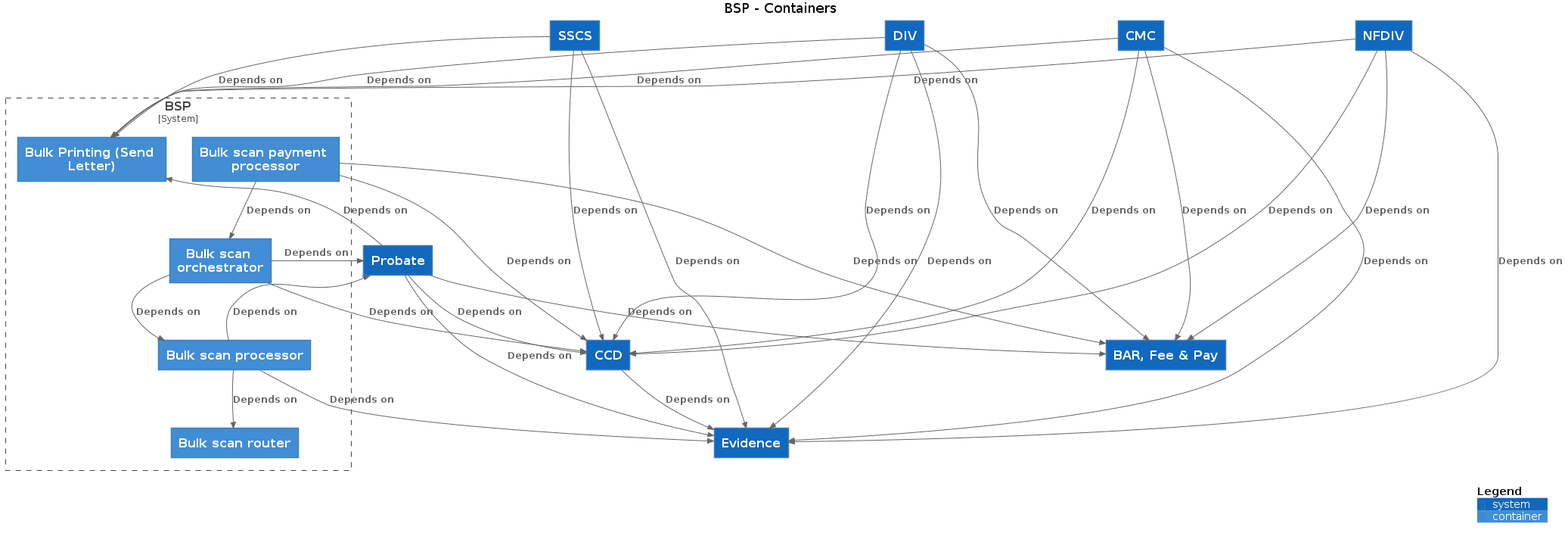
Above: docs/c4/bsp/images/structurizr-bsp-overview.png in hmcts/cnp-api-docs (PlantUML), before the change. Source of this version:
```plantuml
@startuml
title BSP - Containers

top to bottom direction

!includeurl https://raw.githubusercontent.com/plantuml-stdlib/C4-PlantUML/master/C4.puml
!includeurl https://raw.githubusercontent.com/plantuml-stdlib/C4-PlantUML/master/C4_Context.puml
!includeurl https://raw.githubusercontent.com/plantuml-stdlib/C4-PlantUML/master/C4_Container.puml

System(SSCS, "SSCS", "")
System(DIV, "DIV", "")
System(CCD, "CCD", "")
System(NFDIV, "NFDIV", "")
System(BARFeePay, "BAR, Fee & Pay", "")
System(Probate, "Probate", "")
System(CMC, "CMC", "")
System(Evidence, "Evidence", "")

System_Boundary("BSP_boundary", "BSP") {
  Container(BSP.Bulkscanrouter, "Bulk scan router", "")
  Container(BSP.Bulkscanprocessor, "Bulk scan processor", "")
  Container(BSP.Bulkscanorchestrator, "Bulk scan orchestrator", "")
  Container(BSP.Bulkscanpaymentprocessor, "Bulk scan payment processor", "")
  Container(BSP.BulkPrintingSendLetter, "Bulk Printing (Send Letter)", "")
}

Rel_D(CCD, Evidence, "Depends on")
Rel_D(BSP.Bulkscanprocessor, BSP.Bulkscanrouter, "Depends on")
Rel_D(BSP.Bulkscanprocessor, Evidence, "Depends on")
Rel_D(BSP.Bulkscanprocessor, Probate, "Depends on")
Rel_D(BSP.Bulkscanorchestrator, BSP.Bulkscanprocessor, "Depends on")
Rel_D(BSP.Bulkscanorchestrator, CCD, "Depends on")
Rel_D(BSP.Bulkscanorchestrator, Probate, "Depends on")
Rel_D(BSP.Bulkscanpaymentprocessor, BSP.Bulkscanorchestrator, "Depends on")
Rel_D(BSP.Bulkscanpaymentprocessor, CCD, "Depends on")
Rel_D(BSP.Bulkscanpaymentprocessor, BARFeePay, "Depends on")
Rel_D(CMC, BARFeePay, "Depends on")
Rel_D(CMC, CCD, "Depends on")
Rel_D(CMC, Evidence, "Depends on")
Rel_D(CMC, BSP.BulkPrintingSendLetter, "Depends on")
Rel_D(DIV, Evidence, "Depends on")
Rel_D(DIV, BARFeePay, "Depends on")
Rel_D(DIV, CCD, "Depends on")
Rel_D(DIV, BSP.BulkPrintingSendLetter, "Depends on")
Rel_D(Probate, CCD, "Depends on")
Rel_D(Probate, BARFeePay, "Depends on")
Rel_D(Probate, Evidence, "Depends on")
Rel_D(Probate, BSP.BulkPrintingSendLetter, "Depends on")
Rel_D(SSCS, CCD, "Depends on")
Rel_D(SSCS, Evidence, "Depends on")
Rel_D(SSCS, BSP.BulkPrintingSendLetter, "Depends on")
Rel_D(NFDIV, CCD, "Depends on")
Rel_D(NFDIV, BARFeePay, "Depends on")
Rel_D(NFDIV, Evidence, "Depends on")
Rel_D(NFDIV, BSP.BulkPrintingSendLetter, "Depends on")

SHOW_DYNAMIC_LEGEND()
@enduml
```
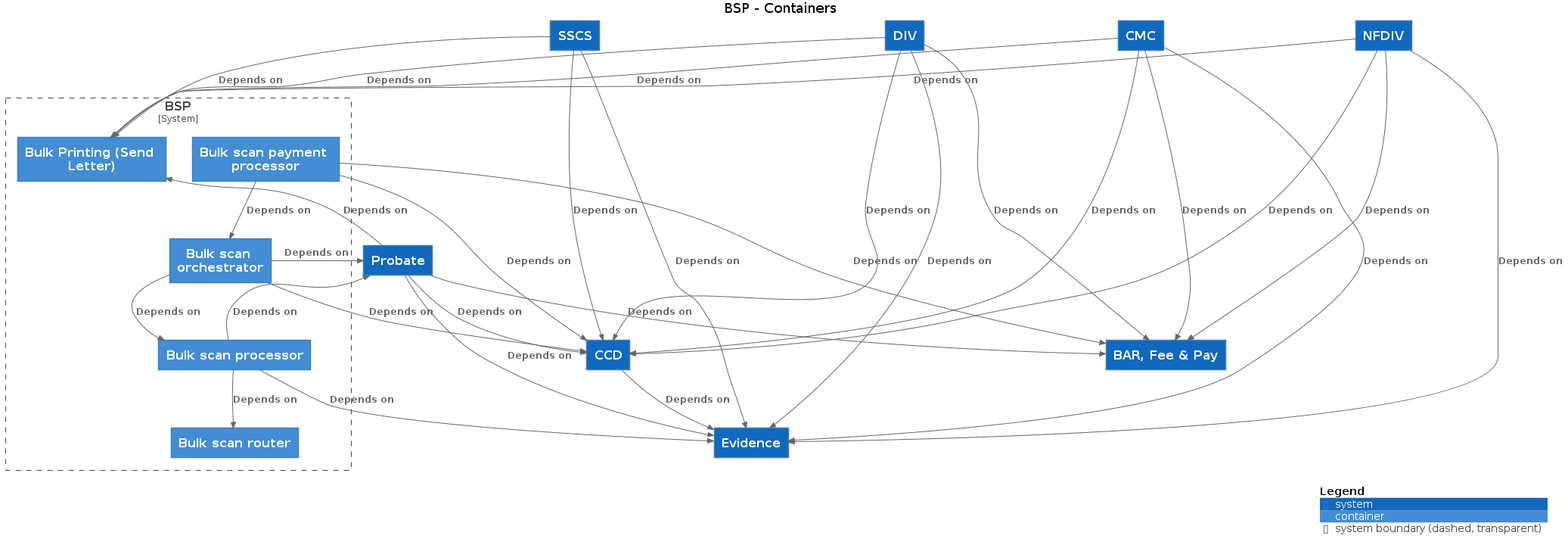
The same diagram one commit later.

The edit, as a diff of the source:
```diff
@@ -11,8 +11,8 @@
 System(DIV, "DIV", "")
 System(CCD, "CCD", "")
 System(NFDIV, "NFDIV", "")
+System(Probate, "Probate", "")
 System(BARFeePay, "BAR, Fee & Pay", "")
-System(Probate, "Probate", "")
 System(CMC, "CMC", "")
 System(Evidence, "Evidence", "")
 
```
